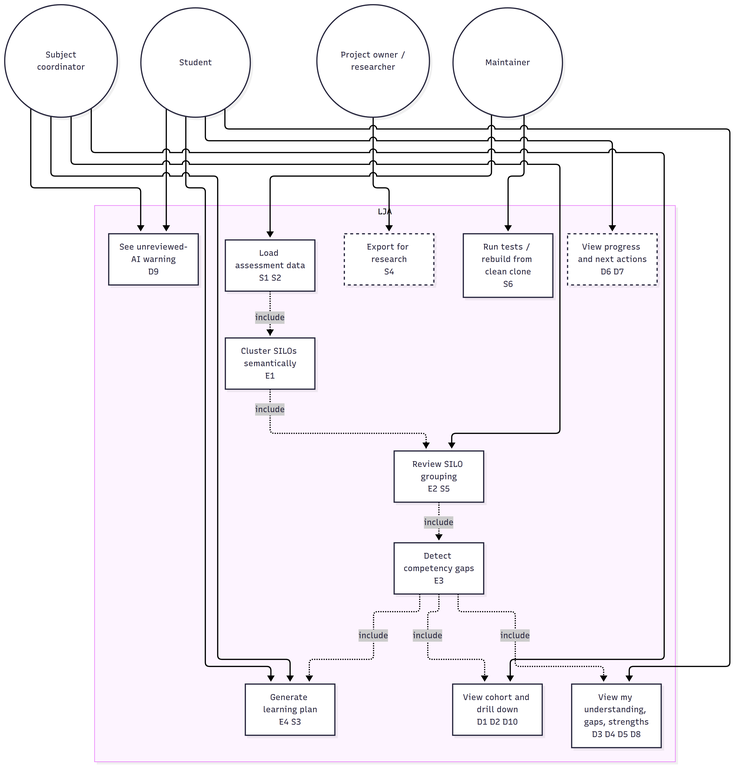
Earlier version of the Mermaid export docs/handover/diagrams/02-use-cases.png (yetanotherpassword/LearningJourneyAssistant). Its source is kept beside it as docs/handover/diagrams/02-use-cases.mmd. Source of this version:
```mermaid
flowchart TB
    SC((Subject<br/>coordinator))
    ST((Student))
    PO((Project owner /<br/>researcher))
    MT((Maintainer))

    subgraph LJA
        UC1[Load assessment data<br/>S1 S2]
        UC2[Cluster SILOs semantically<br/>E1]
        UC3[Review SILO grouping<br/>E2 S5]
        UC4[Detect competency gaps<br/>E3]
        UC5[View cohort and drill down<br/>D1 D2 D10]
        UC6[View my understanding, gaps, strengths<br/>D3 D4 D5 D8]
        UC7[Generate learning plan<br/>E4 S3]
        UC8[See unreviewed-AI warning<br/>D9]
        UC9[Export for research<br/>S4]:::planned
        UC10[View progress and next actions<br/>D6 D7]:::planned
        UC11[Run tests / rebuild from clean clone<br/>S6]
    end

    MT --> UC1
    MT --> UC11
    SC --> UC3
    SC --> UC5
    SC --> UC7
    ST --> UC6
    ST --> UC7
    ST --> UC8
    SC --> UC8
    PO --> UC9
    ST --> UC10
    UC1 -.include.-> UC2
    UC2 -.include.-> UC3
    UC3 -.include.-> UC4
    UC4 -.include.-> UC5
    UC4 -.include.-> UC6
    UC4 -.include.-> UC7

    classDef planned stroke-dasharray: 5 5
```
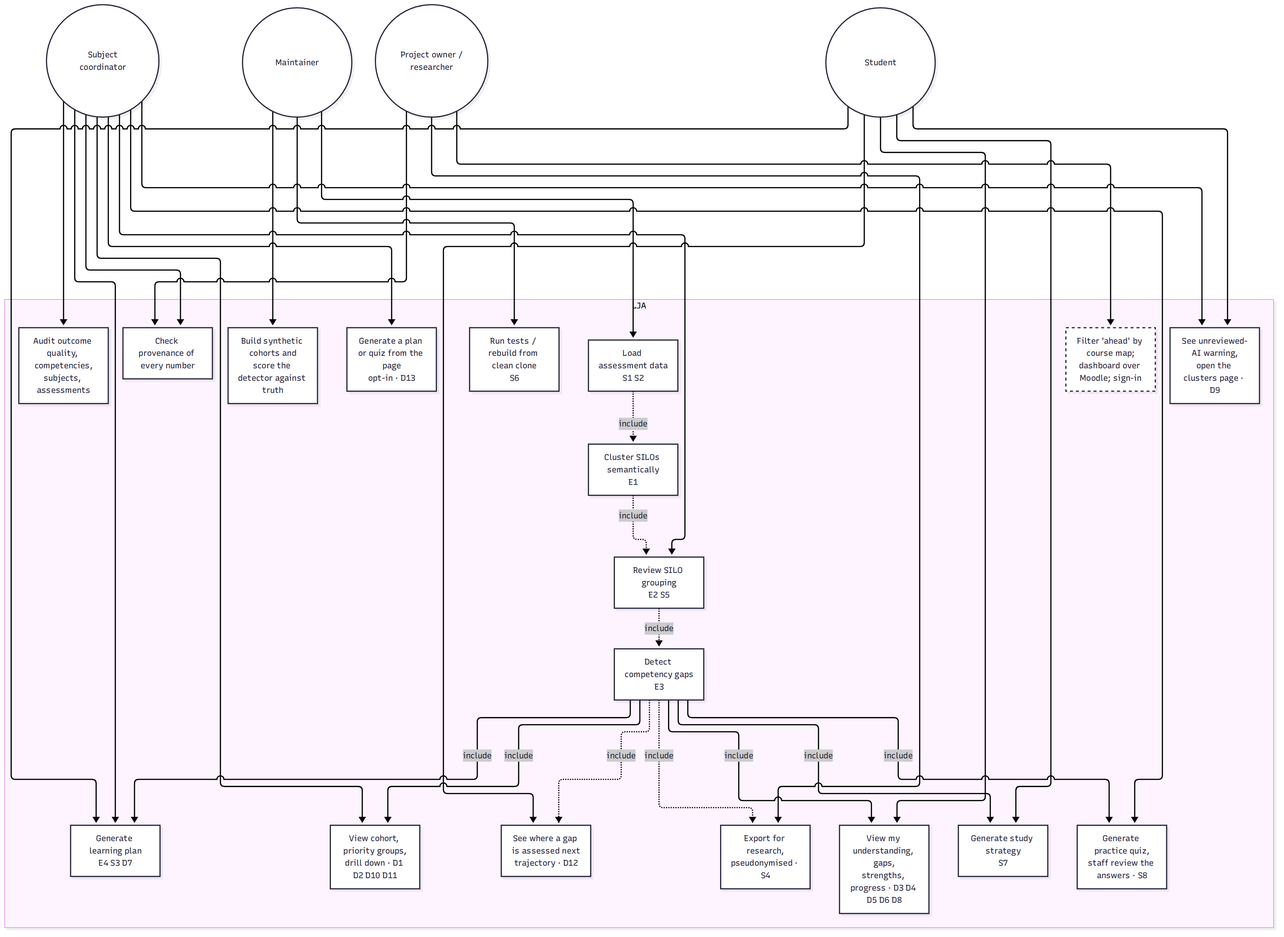
After the change.

The edit, as a diff of the source:
```diff
@@ -9,31 +9,50 @@
         UC2[Cluster SILOs semantically<br/>E1]
         UC3[Review SILO grouping<br/>E2 S5]
         UC4[Detect competency gaps<br/>E3]
-        UC5[View cohort and drill down<br/>D1 D2 D10]
-        UC6[View my understanding, gaps, strengths<br/>D3 D4 D5 D8]
-        UC7[Generate learning plan<br/>E4 S3]
-        UC8[See unreviewed-AI warning<br/>D9]
-        UC9[Export for research<br/>S4]:::planned
-        UC10[View progress and next actions<br/>D6 D7]:::planned
+        UC5[View cohort, priority groups,<br/>drill down · D1 D2 D10 D11]
+        UC6[View my understanding, gaps,<br/>strengths, progress · D3 D4 D5 D6 D8]
+        UC7[Generate learning plan<br/>E4 S3 D7]
+        UC12[Generate study strategy<br/>S7]
+        UC13[Generate practice quiz,<br/>staff review the answers · S8]
+        UC14[See where a gap is assessed next<br/>trajectory · D12]
+        UC8[See unreviewed-AI warning,<br/>open the clusters page · D9]
+        UC15[Audit outcome quality, competencies,<br/>subjects, assessments]
+        UC9[Export for research,<br/>pseudonymised · S4]
+        UC16[Check provenance of every number]
+        UC17[Generate a plan or quiz from the page<br/>opt-in · D13]
+        UC18[Build synthetic cohorts and<br/>score the detector against truth]
         UC11[Run tests / rebuild from clean clone<br/>S6]
+        UC19[Filter 'ahead' by course map;<br/>dashboard over Moodle; sign-in]:::planned
     end
 
     MT --> UC1
     MT --> UC11
+    MT --> UC18
     SC --> UC3
     SC --> UC5
     SC --> UC7
+    SC --> UC13
+    SC --> UC15
+    SC --> UC16
+    SC --> UC17
     ST --> UC6
     ST --> UC7
+    ST --> UC12
+    ST --> UC14
     ST --> UC8
     SC --> UC8
     PO --> UC9
-    ST --> UC10
+    PO --> UC16
+    PO --> UC19
     UC1 -.include.-> UC2
     UC2 -.include.-> UC3
     UC3 -.include.-> UC4
     UC4 -.include.-> UC5
     UC4 -.include.-> UC6
     UC4 -.include.-> UC7
+    UC4 -.include.-> UC12
+    UC4 -.include.-> UC13
+    UC4 -.include.-> UC14
+    UC4 -.include.-> UC9
 
     classDef planned stroke-dasharray: 5 5
```
